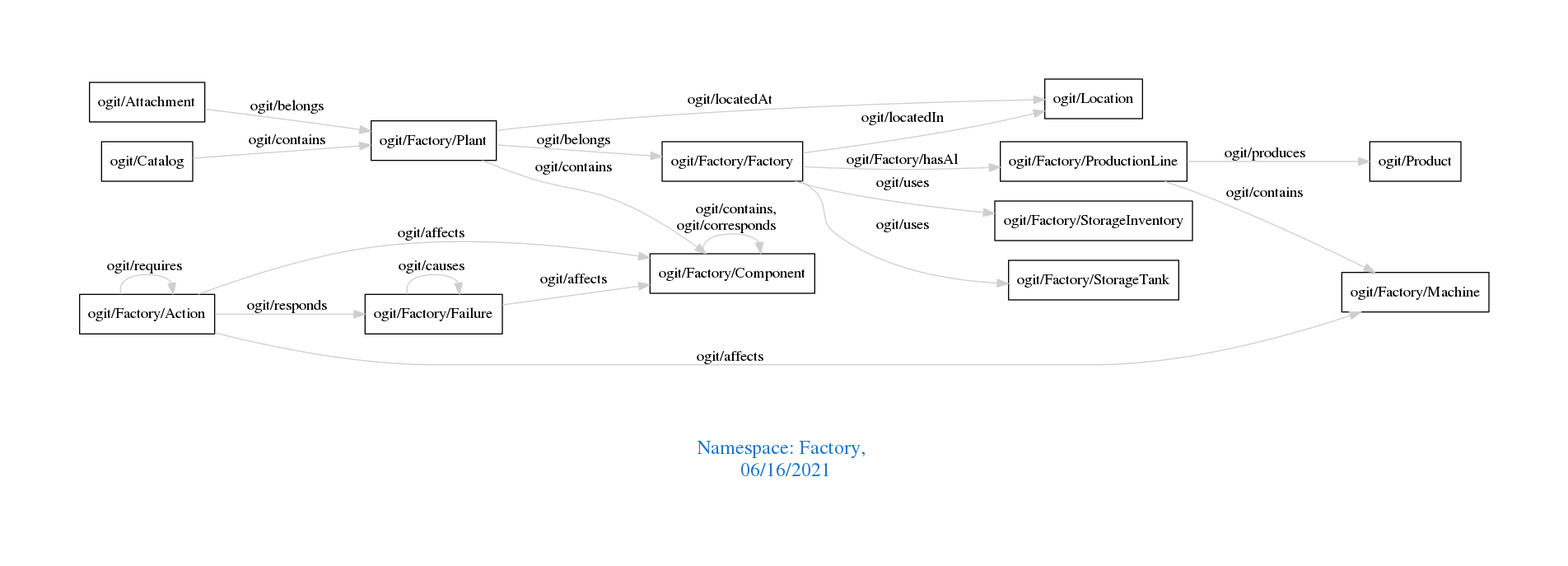
Earlier version of the Graphviz export downloads/Factory.png (arago/OGIT). Its source is kept beside it as downloads/Factory.dot.
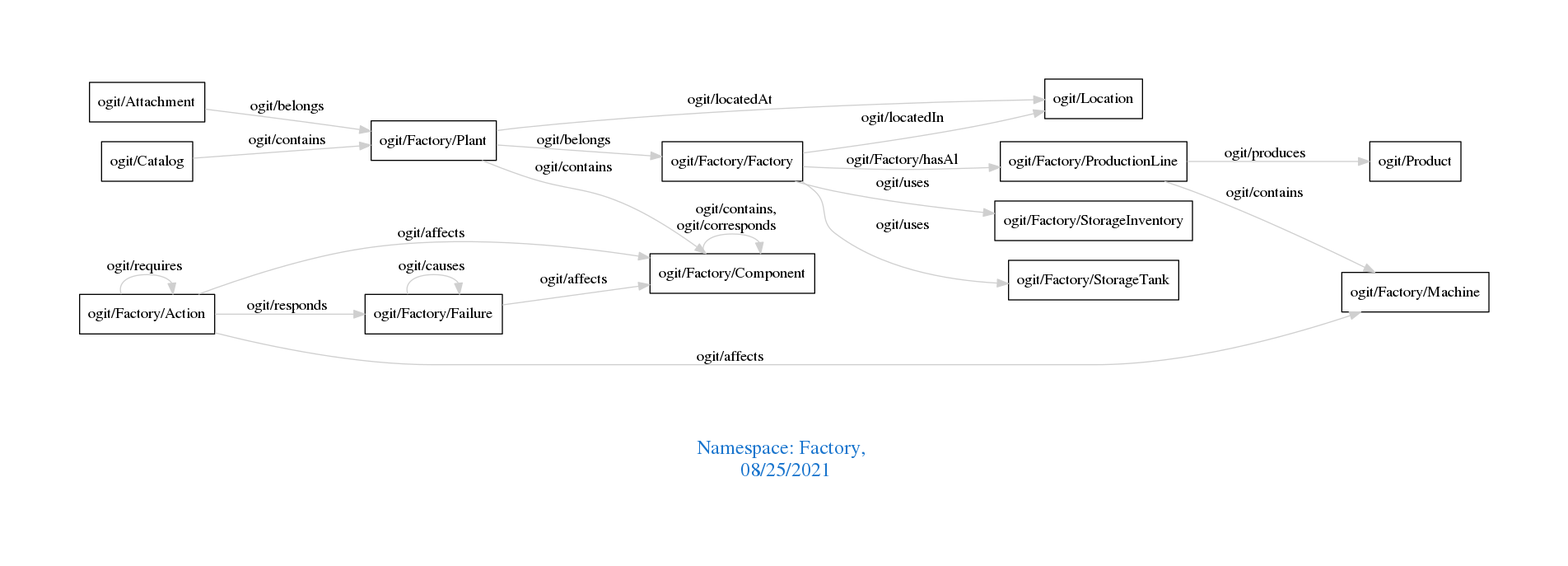
The same diagram one commit later.

What changed in the source:
```diff
@@ -1,7 +1,7 @@
 digraph OGIT_ontology {
  graph [ rankdir= LR,pad=1
 fontsize = 18,
-fontcolor= dodgerblue3,label = "\n\n\nNamespace: Factory, \n 06/16/2021"];
+fontcolor= dodgerblue3,label = "\n\n\nNamespace: Factory, \n 08/25/2021"];
 node[shape=polygon];
 edge [  color="gray81"];
 
```
